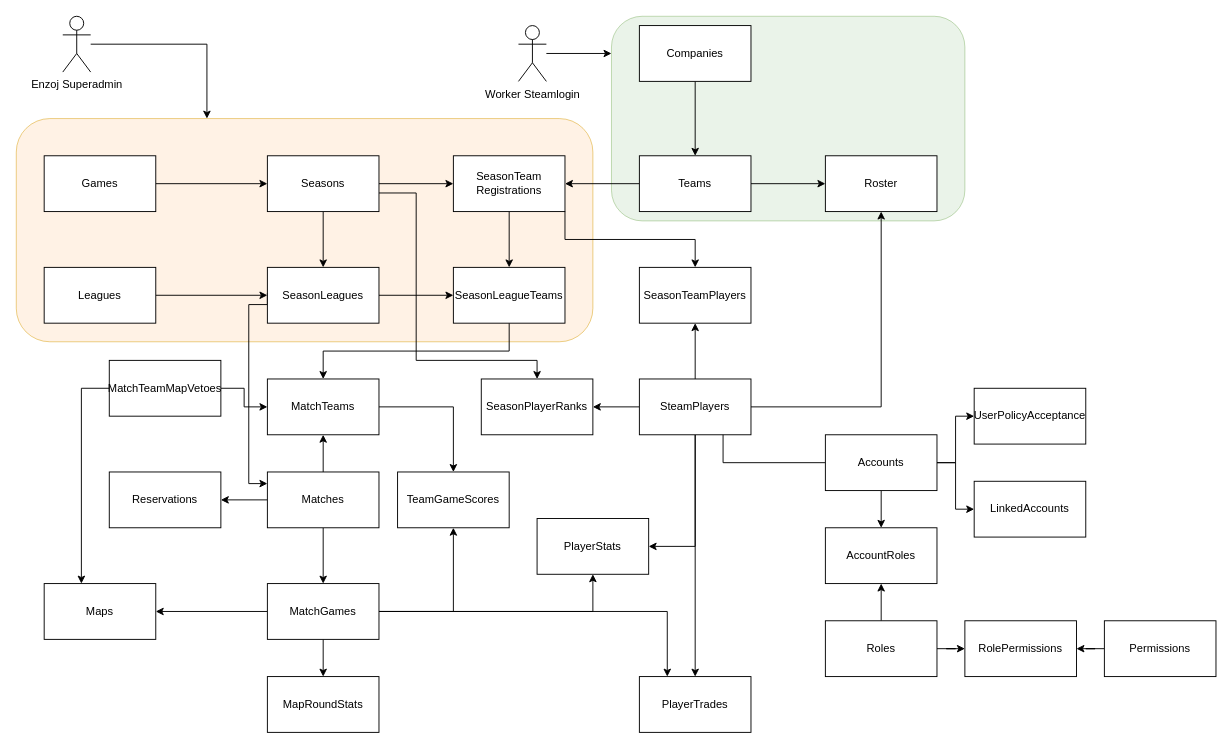
This is docs/kanastats.drawio from sebazai/eggosystem, a draw.io file, before an edit. Source tidied: cells renumbered, new cells numbered last; positions are measured from the earlier drawing's top-left corner, leaving out a move shared by most shapes. Both pictures are drawn from the tidied source at 93%, with x=0, y=0 at pixel (16, 16).
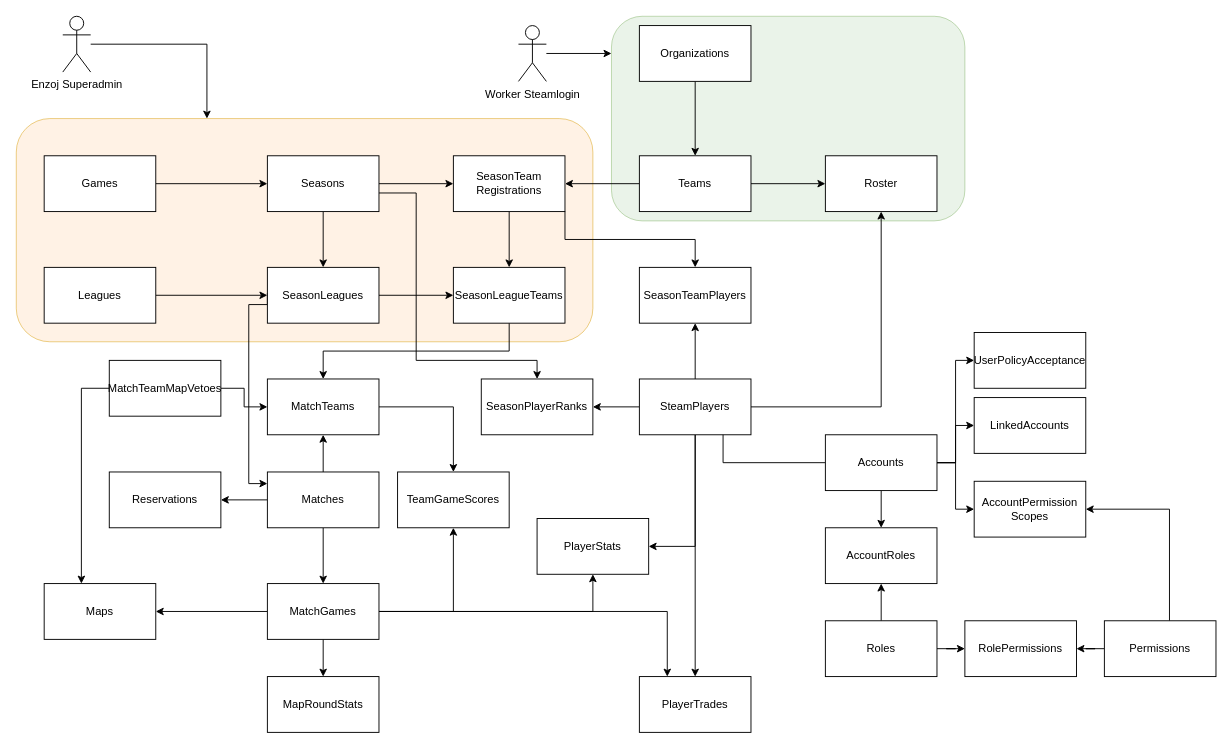
Above is the later version.

Unchanged cells that the change refers to:
```xml
<mxCell id="63" value="Accounts" style="rounded=0;whiteSpace=wrap;html=1;" parent="1" vertex="1">
  <mxGeometry x="870" y="450" width="120" height="60" as="geometry" />
</mxCell>
<mxCell id="70" value="Permissions" style="rounded=0;whiteSpace=wrap;html=1;" parent="1" vertex="1">
  <mxGeometry x="1170" y="650" width="120" height="60" as="geometry" />
</mxCell>
```

Diff of the diagram source:
```diff
@@
-    <mxCell id="17" value="Companies" style="rounded=0;whiteSpace=wrap;html=1;" parent="1" vertex="1">
+    <mxCell id="17" value="Organizations" style="rounded=0;whiteSpace=wrap;html=1;" parent="1" vertex="1">
       <mxGeometry x="670" y="10" width="120" height="60" as="geometry" />
     </mxCell>
@@
+    <mxCell id="73" style="edgeStyle=orthogonalEdgeStyle;rounded=0;jettySize=auto;html=1;" parent="1" edge="1" source="63" target="75">
+      <mxGeometry relative="1" as="geometry" />
+    </mxCell>
@@
     <mxCell id="64" value="LinkedAccounts" style="rounded=0;whiteSpace=wrap;html=1;" parent="1" vertex="1">
-      <mxGeometry x="1030" y="500" width="120" height="60" as="geometry" />
+      <mxGeometry x="1030" y="410" width="120" height="60" as="geometry" />
     </mxCell>
@@
+    <mxCell id="74" style="edgeStyle=orthogonalEdgeStyle;rounded=0;jettySize=auto;html=1;entryX=1;entryY=0.5;entryDx=0;entryDy=0;" parent="1" edge="1" source="70" target="75">
+      <mxGeometry relative="1" as="geometry">
+        <Array as="points">
+          <mxPoint x="1240" y="530" />
+        </Array>
+      </mxGeometry>
+    </mxCell>
@@
     <mxCell id="72" value="UserPolicyAcceptance" style="rounded=0;whiteSpace=wrap;html=1;" parent="1" vertex="1">
-      <mxGeometry x="1030" y="400" width="120" height="60" as="geometry" />
+      <mxGeometry x="1030" y="340" width="120" height="60" as="geometry" />
     </mxCell>
+    <mxCell id="75" value="AccountPermission&lt;br&gt;Scopes" style="rounded=0;whiteSpace=wrap;html=1;" parent="1" vertex="1">
+      <mxGeometry x="1030" y="500" width="120" height="60" as="geometry" />
+    </mxCell>
```
